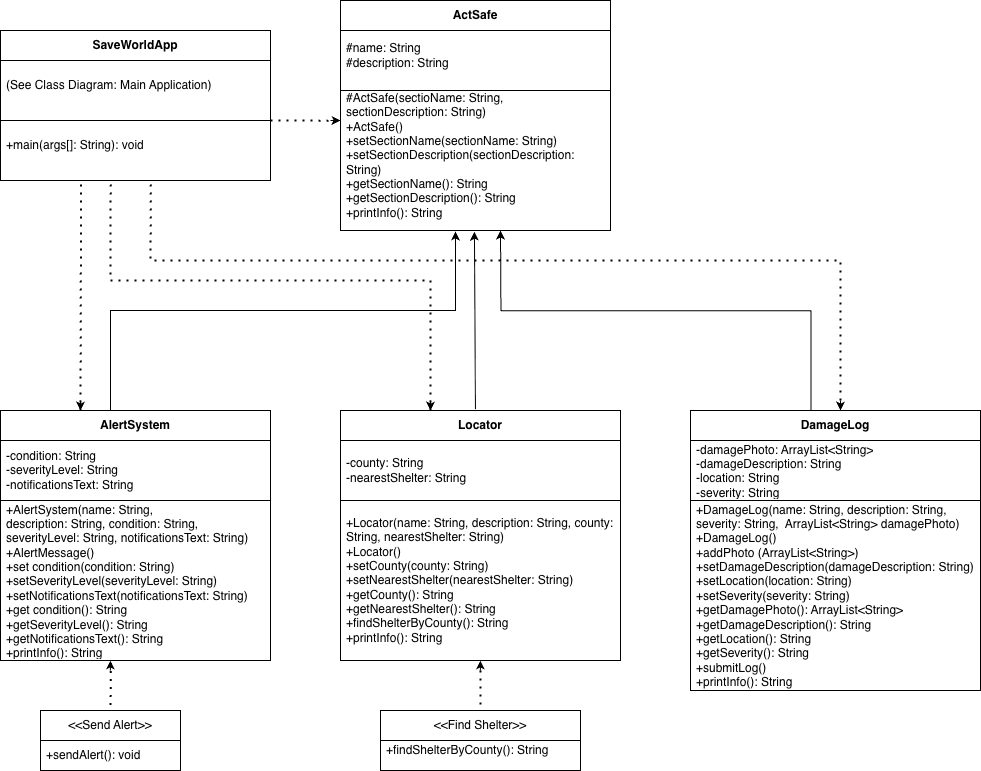
Earlier version of the draw.io export ActSafe.png (Namuun612/OOP2025). Source tidied: cells renumbered, new cells last; positions are measured from the earlier drawing's top-left corner, leaving out a move shared by most shapes.
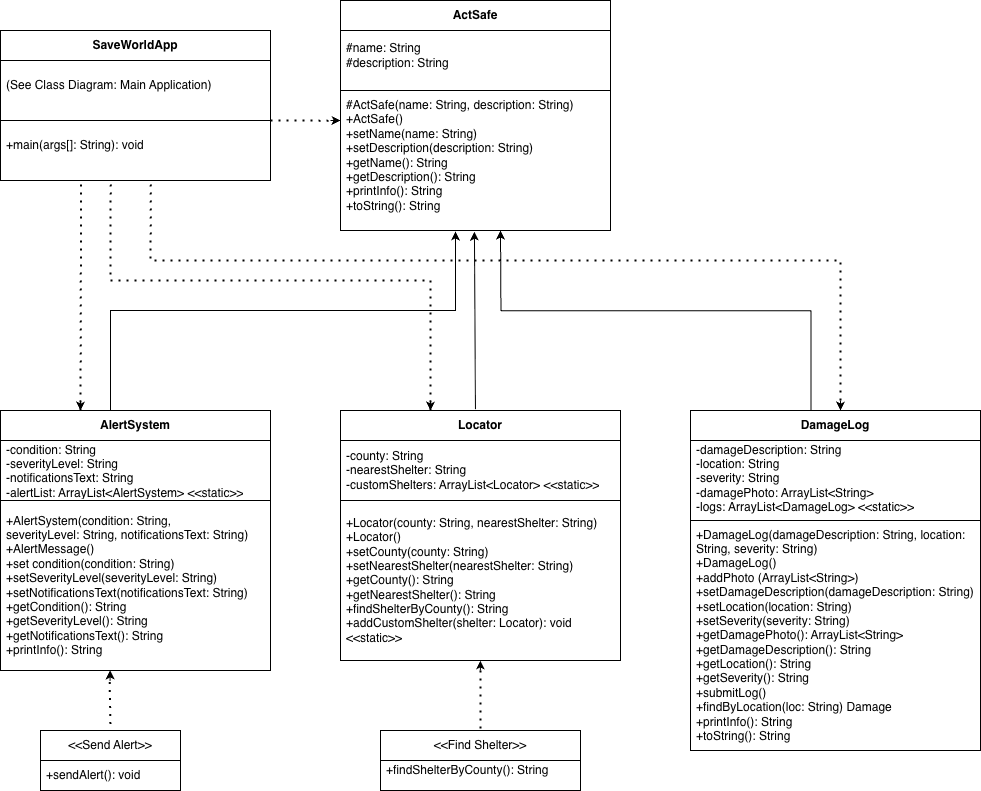
The same diagram one commit later.

What changed in the source:
```diff
@@ -10,3 +10,3 @@
     </mxCell>
-    <mxCell id="4" value="&lt;div&gt;#ActSafe(sectioName:&amp;nbsp;&lt;span style=&quot;background-color: transparent; color: light-dark(rgb(0, 0, 0), rgb(255, 255, 255));&quot;&gt;String&lt;/span&gt;&lt;span style=&quot;background-color: transparent; color: light-dark(rgb(0, 0, 0), rgb(255, 255, 255));&quot;&gt;, sectionDescription:&amp;nbsp;&lt;/span&gt;&lt;span style=&quot;background-color: transparent; color: light-dark(rgb(0, 0, 0), rgb(255, 255, 255));&quot;&gt;String&lt;/span&gt;&lt;span style=&quot;background-color: transparent; color: light-dark(rgb(0, 0, 0), rgb(255, 255, 255));&quot;&gt;)&lt;/span&gt;&lt;/div&gt;&lt;div&gt;+ActSafe()&lt;/div&gt;+setSectionName(sectionName: String)&lt;div&gt;+setSectionDescription(sectionDescription: String)&lt;br&gt;&lt;div&gt;+getSectionName(): String&lt;/div&gt;&lt;div&gt;+getSectionDescription(): String&lt;/div&gt;&lt;div&gt;+printInfo(): String&lt;/div&gt;&lt;/div&gt;" style="text;strokeColor=none;fillColor=none;align=left;verticalAlign=middle;spacingLeft=4;spacingRight=4;overflow=hidden;points=[[0,0.5],[1,0.5]];portConstraint=eastwest;whiteSpace=wrap;html=1;" parent="2" vertex="1">
+    <mxCell id="4" value="&lt;div&gt;#ActSafe(name:&amp;nbsp;&lt;span style=&quot;background-color: transparent; color: light-dark(rgb(0, 0, 0), rgb(255, 255, 255));&quot;&gt;String&lt;/span&gt;&lt;span style=&quot;background-color: transparent; color: light-dark(rgb(0, 0, 0), rgb(255, 255, 255));&quot;&gt;, description:&amp;nbsp;&lt;/span&gt;&lt;span style=&quot;background-color: transparent; color: light-dark(rgb(0, 0, 0), rgb(255, 255, 255));&quot;&gt;String&lt;/span&gt;&lt;span style=&quot;background-color: transparent; color: light-dark(rgb(0, 0, 0), rgb(255, 255, 255));&quot;&gt;)&lt;/span&gt;&lt;/div&gt;&lt;div&gt;+ActSafe()&lt;/div&gt;+setName(name: String)&lt;div&gt;+setDescription(description: String)&lt;br&gt;&lt;div&gt;+getName(): String&lt;/div&gt;&lt;div&gt;+getDescription(): String&lt;/div&gt;&lt;div&gt;+printInfo(): String&lt;/div&gt;&lt;/div&gt;&lt;div&gt;+toString(): String&lt;/div&gt;" style="text;strokeColor=none;fillColor=none;align=left;verticalAlign=middle;spacingLeft=4;spacingRight=4;overflow=hidden;points=[[0,0.5],[1,0.5]];portConstraint=eastwest;whiteSpace=wrap;html=1;" parent="2" vertex="1">
       <mxGeometry y="80" width="270" height="150" as="geometry" />
@@ -17,9 +17,9 @@
     <mxCell id="6" value="List" style="swimlane;fontStyle=0;horizontal=1;startSize=30;whiteSpace=wrap;html=1;" parent="1" vertex="1">
-      <mxGeometry y="410" width="270" height="250" as="geometry" />
+      <mxGeometry y="410" width="270" height="260" as="geometry" />
     </mxCell>
-    <mxCell id="7" value="-condition: String&lt;div&gt;-severityLevel: String&lt;/div&gt;&lt;div&gt;-notificationsText: String&lt;/div&gt;" style="text;strokeColor=none;fillColor=none;align=left;verticalAlign=middle;spacingLeft=4;spacingRight=4;overflow=hidden;whiteSpace=wrap;html=1;" parent="6" vertex="1">
+    <mxCell id="7" value="-condition: String&lt;div&gt;-severityLevel: String&lt;/div&gt;&lt;div&gt;-notificationsText: String&lt;/div&gt;&lt;div&gt;-alertList: ArrayList&amp;lt;AlertSystem&amp;gt; &amp;lt;&amp;lt;static&amp;gt;&amp;gt;&lt;/div&gt;" style="text;strokeColor=none;fillColor=none;align=left;verticalAlign=middle;spacingLeft=4;spacingRight=4;overflow=hidden;whiteSpace=wrap;html=1;" parent="6" vertex="1">
       <mxGeometry y="30" width="270" height="60" as="geometry" />
     </mxCell>
-    <mxCell id="8" value="&lt;div&gt;+AlertSystem(name:&lt;span style=&quot;background-color: transparent; color: light-dark(rgb(0, 0, 0), rgb(255, 255, 255));&quot;&gt;&amp;nbsp;String&lt;/span&gt;&lt;span style=&quot;background-color: transparent; color: light-dark(rgb(0, 0, 0), rgb(255, 255, 255));&quot;&gt;, description:&amp;nbsp;&lt;/span&gt;&lt;span style=&quot;background-color: transparent; color: light-dark(rgb(0, 0, 0), rgb(255, 255, 255));&quot;&gt;String&lt;/span&gt;&lt;span style=&quot;background-color: transparent; color: light-dark(rgb(0, 0, 0), rgb(255, 255, 255));&quot;&gt;,&amp;nbsp;&lt;/span&gt;condition&lt;span style=&quot;background-color: transparent; color: light-dark(rgb(0, 0, 0), rgb(255, 255, 255));&quot;&gt;:&amp;nbsp;&lt;/span&gt;&lt;span style=&quot;background-color: transparent; color: light-dark(rgb(0, 0, 0), rgb(255, 255, 255));&quot;&gt;String&lt;/span&gt;&lt;span style=&quot;background-color: transparent; color: light-dark(rgb(0, 0, 0), rgb(255, 255, 255));&quot;&gt;, severityLevel:&amp;nbsp;&lt;/span&gt;&lt;span style=&quot;background-color: transparent; color: light-dark(rgb(0, 0, 0), rgb(255, 255, 255));&quot;&gt;String,&amp;nbsp;&lt;/span&gt;&lt;span style=&quot;background-color: transparent; color: light-dark(rgb(0, 0, 0), rgb(255, 255, 255));&quot;&gt;notificationsText: String&lt;/span&gt;&lt;span style=&quot;background-color: transparent; color: light-dark(rgb(0, 0, 0), rgb(255, 255, 255));&quot;&gt;)&lt;/span&gt;&lt;/div&gt;&lt;div&gt;+AlertMessage()&lt;/div&gt;+set&amp;nbsp;condition(condition: String)&lt;div&gt;+setSeverityLevel(severityLevel:&amp;nbsp;&lt;span style=&quot;background-color: transparent; color: light-dark(rgb(0, 0, 0), rgb(255, 255, 255));&quot;&gt;String&lt;/span&gt;&lt;span style=&quot;background-color: transparent; color: light-dark(rgb(0, 0, 0), rgb(255, 255, 255));&quot;&gt;)&lt;/span&gt;&lt;/div&gt;&lt;div&gt;&lt;span style=&quot;background-color: transparent; color: light-dark(rgb(0, 0, 0), rgb(255, 255, 255));&quot;&gt;+setN&lt;/span&gt;&lt;span style=&quot;background-color: transparent; color: light-dark(rgb(0, 0, 0), rgb(255, 255, 255));&quot;&gt;otificationsText(&lt;/span&gt;&lt;span style=&quot;background-color: transparent; color: light-dark(rgb(0, 0, 0), rgb(255, 255, 255));&quot;&gt;notificationsText: String)&lt;/span&gt;&lt;/div&gt;&lt;div&gt;+get&lt;span style=&quot;background-color: transparent; color: light-dark(rgb(0, 0, 0), rgb(255, 255, 255));&quot;&gt;&amp;nbsp;condition&lt;/span&gt;&lt;span style=&quot;background-color: transparent; color: light-dark(rgb(0, 0, 0), rgb(255, 255, 255));&quot;&gt;(): String&lt;/span&gt;&lt;/div&gt;&lt;div&gt;+getSeverityLevel(): String&lt;/div&gt;&lt;div&gt;+getN&lt;span style=&quot;background-color: transparent; color: light-dark(rgb(0, 0, 0), rgb(255, 255, 255));&quot;&gt;otificationsText(): String&lt;/span&gt;&lt;/div&gt;&lt;div&gt;+printInfo(): String&lt;/div&gt;" style="text;strokeColor=none;fillColor=none;align=left;verticalAlign=middle;spacingLeft=4;spacingRight=4;overflow=hidden;points=[[0,0.5],[1,0.5]];portConstraint=eastwest;whiteSpace=wrap;html=1;" parent="6" vertex="1">
-      <mxGeometry y="90" width="270" height="160" as="geometry" />
+    <mxCell id="8" value="&lt;div&gt;+AlertSystem(condition&lt;span style=&quot;background-color: transparent; color: light-dark(rgb(0, 0, 0), rgb(255, 255, 255));&quot;&gt;:&amp;nbsp;&lt;/span&gt;&lt;span style=&quot;background-color: transparent; color: light-dark(rgb(0, 0, 0), rgb(255, 255, 255));&quot;&gt;String&lt;/span&gt;&lt;span style=&quot;background-color: transparent; color: light-dark(rgb(0, 0, 0), rgb(255, 255, 255));&quot;&gt;, severityLevel:&amp;nbsp;&lt;/span&gt;&lt;span style=&quot;background-color: transparent; color: light-dark(rgb(0, 0, 0), rgb(255, 255, 255));&quot;&gt;String,&amp;nbsp;&lt;/span&gt;&lt;span style=&quot;background-color: transparent; color: light-dark(rgb(0, 0, 0), rgb(255, 255, 255));&quot;&gt;notificationsText: String&lt;/span&gt;&lt;span style=&quot;background-color: transparent; color: light-dark(rgb(0, 0, 0), rgb(255, 255, 255));&quot;&gt;)&lt;/span&gt;&lt;/div&gt;&lt;div&gt;+AlertMessage()&lt;/div&gt;+set&amp;nbsp;condition(condition: String)&lt;div&gt;+setSeverityLevel(severityLevel:&amp;nbsp;&lt;span style=&quot;background-color: transparent; color: light-dark(rgb(0, 0, 0), rgb(255, 255, 255));&quot;&gt;String&lt;/span&gt;&lt;span style=&quot;background-color: transparent; color: light-dark(rgb(0, 0, 0), rgb(255, 255, 255));&quot;&gt;)&lt;/span&gt;&lt;/div&gt;&lt;div&gt;&lt;span style=&quot;background-color: transparent; color: light-dark(rgb(0, 0, 0), rgb(255, 255, 255));&quot;&gt;+setN&lt;/span&gt;&lt;span style=&quot;background-color: transparent; color: light-dark(rgb(0, 0, 0), rgb(255, 255, 255));&quot;&gt;otificationsText(&lt;/span&gt;&lt;span style=&quot;background-color: transparent; color: light-dark(rgb(0, 0, 0), rgb(255, 255, 255));&quot;&gt;notificationsText: String)&lt;/span&gt;&lt;/div&gt;&lt;div&gt;+getC&lt;span style=&quot;background-color: transparent; color: light-dark(rgb(0, 0, 0), rgb(255, 255, 255));&quot;&gt;ondition&lt;/span&gt;&lt;span style=&quot;background-color: transparent; color: light-dark(rgb(0, 0, 0), rgb(255, 255, 255));&quot;&gt;(): String&lt;/span&gt;&lt;/div&gt;&lt;div&gt;+getSeverityLevel(): String&lt;/div&gt;&lt;div&gt;+getN&lt;span style=&quot;background-color: transparent; color: light-dark(rgb(0, 0, 0), rgb(255, 255, 255));&quot;&gt;otificationsText(): String&lt;/span&gt;&lt;/div&gt;&lt;div&gt;&lt;span style=&quot;background-color: transparent; color: light-dark(rgb(0, 0, 0), rgb(255, 255, 255));&quot;&gt;+printInfo(): String&lt;/span&gt;&lt;/div&gt;" style="text;strokeColor=none;fillColor=none;align=left;verticalAlign=middle;spacingLeft=4;spacingRight=4;overflow=hidden;points=[[0,0.5],[1,0.5]];portConstraint=eastwest;whiteSpace=wrap;html=1;" parent="6" vertex="1">
+      <mxGeometry y="90" width="270" height="170" as="geometry" />
     </mxCell>
@@ -31,6 +31,6 @@
     </mxCell>
-    <mxCell id="11" value="&lt;div&gt;-county: String&lt;br&gt;&lt;div&gt;-nearestShelter: String&lt;/div&gt;&lt;/div&gt;" style="text;strokeColor=none;fillColor=none;align=left;verticalAlign=middle;spacingLeft=4;spacingRight=4;overflow=hidden;whiteSpace=wrap;html=1;" parent="10" vertex="1">
+    <mxCell id="11" value="&lt;div&gt;-county: String&lt;br&gt;&lt;div&gt;-nearestShelter: String&lt;/div&gt;&lt;/div&gt;&lt;div&gt;-customShelters: ArrayList&amp;lt;Locator&amp;gt; &amp;lt;&amp;lt;static&amp;gt;&amp;gt;&lt;/div&gt;" style="text;strokeColor=none;fillColor=none;align=left;verticalAlign=middle;spacingLeft=4;spacingRight=4;overflow=hidden;whiteSpace=wrap;html=1;" parent="10" vertex="1">
       <mxGeometry y="30" width="280" height="60" as="geometry" />
     </mxCell>
-    <mxCell id="12" value="&lt;div&gt;+Locator(name:&amp;nbsp;&lt;span style=&quot;background-color: transparent; color: light-dark(rgb(0, 0, 0), rgb(255, 255, 255));&quot;&gt;String&lt;/span&gt;&lt;span style=&quot;background-color: transparent; color: light-dark(rgb(0, 0, 0), rgb(255, 255, 255));&quot;&gt;, description:&amp;nbsp;&lt;/span&gt;&lt;span style=&quot;background-color: transparent; color: light-dark(rgb(0, 0, 0), rgb(255, 255, 255));&quot;&gt;String&lt;/span&gt;&lt;span style=&quot;background-color: transparent; color: light-dark(rgb(0, 0, 0), rgb(255, 255, 255));&quot;&gt;, county: String, nearestShelter: String&lt;/span&gt;&lt;span style=&quot;background-color: transparent; color: light-dark(rgb(0, 0, 0), rgb(255, 255, 255));&quot;&gt;)&lt;/span&gt;&lt;/div&gt;&lt;div&gt;+Locator()&lt;/div&gt;&lt;div&gt;+setCounty(county: String&lt;span style=&quot;background-color: transparent; color: light-dark(rgb(0, 0, 0), rgb(255, 255, 255));&quot;&gt;)&lt;/span&gt;&lt;/div&gt;&lt;div&gt;+setNearestShelter(nearestShelter:&amp;nbsp;&lt;span style=&quot;background-color: transparent; color: light-dark(rgb(0, 0, 0), rgb(255, 255, 255));&quot;&gt;String&lt;/span&gt;&lt;span style=&quot;background-color: transparent; color: light-dark(rgb(0, 0, 0), rgb(255, 255, 255));&quot;&gt;)&lt;/span&gt;&lt;/div&gt;&lt;div&gt;+getCounty(): String&lt;/div&gt;&lt;div&gt;+getNearestShelter(): String&lt;/div&gt;&lt;div&gt;+findShelterByCounty(): String&lt;/div&gt;&lt;div&gt;+printInfo(): String&lt;/div&gt;" style="text;strokeColor=none;fillColor=none;align=left;verticalAlign=middle;spacingLeft=4;spacingRight=4;overflow=hidden;whiteSpace=wrap;html=1;" parent="10" vertex="1">
+    <mxCell id="12" value="&lt;div&gt;+Locator(&lt;span style=&quot;background-color: transparent; color: light-dark(rgb(0, 0, 0), rgb(255, 255, 255));&quot;&gt;county: String, nearestShelter: String&lt;/span&gt;&lt;span style=&quot;background-color: transparent; color: light-dark(rgb(0, 0, 0), rgb(255, 255, 255));&quot;&gt;)&lt;/span&gt;&lt;/div&gt;&lt;div&gt;+Locator()&lt;/div&gt;&lt;div&gt;+setCounty(county: String&lt;span style=&quot;background-color: transparent; color: light-dark(rgb(0, 0, 0), rgb(255, 255, 255));&quot;&gt;)&lt;/span&gt;&lt;/div&gt;&lt;div&gt;+setNearestShelter(nearestShelter:&amp;nbsp;&lt;span style=&quot;background-color: transparent; color: light-dark(rgb(0, 0, 0), rgb(255, 255, 255));&quot;&gt;String&lt;/span&gt;&lt;span style=&quot;background-color: transparent; color: light-dark(rgb(0, 0, 0), rgb(255, 255, 255));&quot;&gt;)&lt;/span&gt;&lt;/div&gt;&lt;div&gt;+getCounty(): String&lt;/div&gt;&lt;div&gt;+getNearestShelter(): String&lt;/div&gt;&lt;div&gt;+findShelterByCounty(): String&lt;/div&gt;&lt;div&gt;+addCustomShelter(shelter: Locator): void &amp;lt;&amp;lt;static&amp;gt;&amp;gt;&lt;/div&gt;" style="text;strokeColor=none;fillColor=none;align=left;verticalAlign=middle;spacingLeft=4;spacingRight=4;overflow=hidden;whiteSpace=wrap;html=1;" parent="10" vertex="1">
       <mxGeometry y="90" width="280" height="160" as="geometry" />
@@ -41,12 +41,12 @@
     <mxCell id="14" value="List" style="swimlane;fontStyle=0;horizontal=1;startSize=30;whiteSpace=wrap;html=1;" parent="1" vertex="1">
-      <mxGeometry x="690" y="410" width="290" height="280" as="geometry" />
+      <mxGeometry x="690" y="410" width="290" height="340" as="geometry" />
     </mxCell>
-    <mxCell id="15" value="-damagePhoto: ArrayList&amp;lt;String&amp;gt;&lt;div&gt;-damageDescription: String&lt;/div&gt;&lt;div&gt;-location: String&lt;/div&gt;&lt;div&gt;-severity: String&lt;/div&gt;" style="text;strokeColor=none;fillColor=none;align=left;verticalAlign=middle;spacingLeft=4;spacingRight=4;overflow=hidden;whiteSpace=wrap;html=1;" parent="14" vertex="1">
-      <mxGeometry y="30" width="290" height="60" as="geometry" />
+    <mxCell id="15" value="&lt;div&gt;-damageDescription: String&lt;/div&gt;&lt;div&gt;-location: String&lt;/div&gt;&lt;div&gt;-severity: String&lt;/div&gt;&lt;div&gt;-damagePhoto: ArrayList&amp;lt;String&amp;gt;&lt;/div&gt;&lt;div&gt;-logs: ArrayList&amp;lt;DamageLog&amp;gt; &amp;lt;&amp;lt;static&amp;gt;&amp;gt;&lt;/div&gt;&lt;div&gt;&lt;br&gt;&lt;/div&gt;" style="text;strokeColor=none;fillColor=none;align=left;verticalAlign=middle;spacingLeft=4;spacingRight=4;overflow=hidden;whiteSpace=wrap;html=1;" parent="14" vertex="1">
+      <mxGeometry y="30" width="290" height="80" as="geometry" />
     </mxCell>
-    <mxCell id="16" value="&lt;div&gt;+DamageLog(name:&amp;nbsp;&lt;span style=&quot;background-color: transparent; color: light-dark(rgb(0, 0, 0), rgb(255, 255, 255));&quot;&gt;String&lt;/span&gt;&lt;span style=&quot;background-color: transparent; color: light-dark(rgb(0, 0, 0), rgb(255, 255, 255));&quot;&gt;, description:&amp;nbsp;&lt;/span&gt;&lt;span style=&quot;background-color: transparent; color: light-dark(rgb(0, 0, 0), rgb(255, 255, 255));&quot;&gt;String&lt;/span&gt;&lt;span style=&quot;background-color: transparent; color: light-dark(rgb(0, 0, 0), rgb(255, 255, 255));&quot;&gt;, severity: String,&amp;nbsp; ArrayList&amp;lt;String&amp;gt; damagePhoto)&lt;/span&gt;&lt;/div&gt;&lt;div&gt;+DamageLog()&lt;/div&gt;+addPhoto (ArrayList&amp;lt;String&amp;gt;)&lt;div&gt;+setDamageDescription(damageDescription:&amp;nbsp;&lt;span style=&quot;background-color: transparent; color: light-dark(rgb(0, 0, 0), rgb(255, 255, 255));&quot;&gt;String&lt;/span&gt;&lt;span style=&quot;background-color: transparent; color: light-dark(rgb(0, 0, 0), rgb(255, 255, 255));&quot;&gt;)&lt;/span&gt;&lt;/div&gt;&lt;div&gt;+setLocation(location:&amp;nbsp;&lt;span style=&quot;background-color: transparent; color: light-dark(rgb(0, 0, 0), rgb(255, 255, 255));&quot;&gt;String&lt;/span&gt;&lt;span style=&quot;background-color: transparent; color: light-dark(rgb(0, 0, 0), rgb(255, 255, 255));&quot;&gt;)&lt;/span&gt;&lt;/div&gt;&lt;div&gt;&lt;span style=&quot;background-color: transparent; color: light-dark(rgb(0, 0, 0), rgb(255, 255, 255));&quot;&gt;+setSeverity(severity: String)&lt;/span&gt;&lt;/div&gt;&lt;div&gt;+getDamagePhoto(): ArrayList&amp;lt;String&amp;gt;&lt;/div&gt;&lt;div&gt;+getDamageDescription(): String&lt;/div&gt;&lt;div&gt;+getLocation(): String&lt;/div&gt;&lt;div&gt;+getSeverity(): String&lt;/div&gt;&lt;div&gt;+submitLog()&lt;/div&gt;&lt;div&gt;+printInfo(): String&lt;/div&gt;" style="text;strokeColor=none;fillColor=none;align=left;verticalAlign=middle;spacingLeft=4;spacingRight=4;overflow=hidden;whiteSpace=wrap;html=1;" parent="14" vertex="1">
-      <mxGeometry y="90" width="290" height="190" as="geometry" />
+    <mxCell id="16" value="&lt;div&gt;+DamageLog(damageDescription: String, location: String,&amp;nbsp;&lt;span style=&quot;background-color: transparent; color: light-dark(rgb(0, 0, 0), rgb(255, 255, 255));&quot;&gt;severity: String)&lt;/span&gt;&lt;/div&gt;&lt;div&gt;+DamageLog()&lt;/div&gt;+addPhoto (ArrayList&amp;lt;String&amp;gt;)&lt;div&gt;+setDamageDescription(damageDescription:&amp;nbsp;&lt;span style=&quot;background-color: transparent; color: light-dark(rgb(0, 0, 0), rgb(255, 255, 255));&quot;&gt;String&lt;/span&gt;&lt;span style=&quot;background-color: transparent; color: light-dark(rgb(0, 0, 0), rgb(255, 255, 255));&quot;&gt;)&lt;/span&gt;&lt;/div&gt;&lt;div&gt;+setLocation(location:&amp;nbsp;&lt;span style=&quot;background-color: transparent; color: light-dark(rgb(0, 0, 0), rgb(255, 255, 255));&quot;&gt;String&lt;/span&gt;&lt;span style=&quot;background-color: transparent; color: light-dark(rgb(0, 0, 0), rgb(255, 255, 255));&quot;&gt;)&lt;/span&gt;&lt;/div&gt;&lt;div&gt;&lt;span style=&quot;background-color: transparent; color: light-dark(rgb(0, 0, 0), rgb(255, 255, 255));&quot;&gt;+setSeverity(severity: String)&lt;/span&gt;&lt;/div&gt;&lt;div&gt;+getDamagePhoto(): ArrayList&amp;lt;String&amp;gt;&lt;/div&gt;&lt;div&gt;+getDamageDescription(): String&lt;/div&gt;&lt;div&gt;+getLocation(): String&lt;/div&gt;&lt;div&gt;+getSeverity(): String&lt;/div&gt;&lt;div&gt;+submitLog()&lt;/div&gt;&lt;div&gt;+findByLocation(loc: String) Damage&lt;/div&gt;&lt;div&gt;+printInfo(): String&lt;/div&gt;&lt;div&gt;+toString(): String&lt;/div&gt;" style="text;strokeColor=none;fillColor=none;align=left;verticalAlign=middle;spacingLeft=4;spacingRight=4;overflow=hidden;whiteSpace=wrap;html=1;" parent="14" vertex="1">
+      <mxGeometry y="110" width="290" height="230" as="geometry" />
     </mxCell>
     <mxCell id="17" value="&lt;b&gt;DamageLog&lt;/b&gt;" style="swimlane;fontStyle=0;horizontal=1;startSize=30;whiteSpace=wrap;html=1;" parent="1" vertex="1">
-      <mxGeometry x="690" y="410" width="290" height="90" as="geometry" />
+      <mxGeometry x="690" y="410" width="290" height="110" as="geometry" />
     </mxCell>
@@ -76,3 +76,3 @@
     <mxCell id="21" value="&amp;lt;&amp;lt;Send Alert&amp;gt;&amp;gt;" style="swimlane;fontStyle=0;horizontal=1;startSize=30;whiteSpace=wrap;html=1;" parent="1" vertex="1">
-      <mxGeometry x="40" y="710" width="140" height="60" as="geometry" />
+      <mxGeometry x="40" y="730" width="140" height="60" as="geometry" />
     </mxCell>
@@ -81,3 +81,3 @@
     </mxCell>
-    <mxCell id="23" style="endArrow=none;dashed=1;html=1;dashPattern=1 3;strokeWidth=2;rounded=0;exitX=0.409;exitY=1.015;exitDx=0;exitDy=0;exitPerimeter=0;entryX=0.5;entryY=0;entryDx=0;entryDy=0;" parent="1" edge="1" source="8" target="21">
+    <mxCell id="23" style="endArrow=none;dashed=1;html=1;dashPattern=1 3;strokeWidth=2;rounded=0;entryX=0.5;entryY=0;entryDx=0;entryDy=0;exitX=0.404;exitY=1.021;exitDx=0;exitDy=0;exitPerimeter=0;" parent="1" edge="1" source="8" target="21">
       <mxGeometry relative="1" as="geometry" />
@@ -134,4 +134,4 @@
       <mxGeometry relative="1" as="geometry">
-        <mxPoint x="109.9" y="670" as="sourcePoint" />
-        <mxPoint x="109.9" y="660" as="targetPoint" />
+        <mxPoint x="109.6" y="680" as="sourcePoint" />
+        <mxPoint x="109.6" y="670" as="targetPoint" />
       </mxGeometry>
@@ -155,3 +155,3 @@
     <mxCell id="37" value="&amp;lt;&amp;lt;Find Shelter&amp;gt;&amp;gt;" style="swimlane;fontStyle=0;horizontal=1;startSize=30;whiteSpace=wrap;html=1;" parent="1" vertex="1">
-      <mxGeometry x="380" y="710" width="200" height="60" as="geometry" />
+      <mxGeometry x="380" y="730" width="200" height="60" as="geometry" />
     </mxCell>
```
